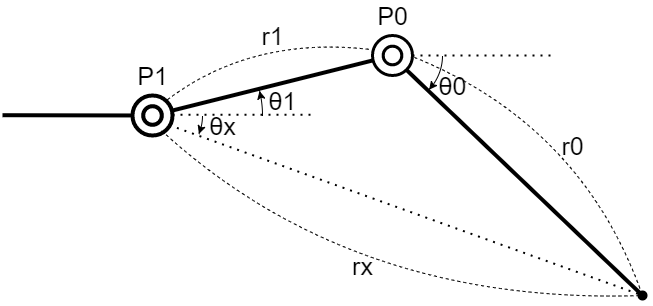
Earlier version of the draw.io export Documents/脚全体図_4.drawio.png (takanezawa0829/robot_contest). Source tidied: cells renumbered, new cells last; positions are measured from the earlier drawing's top-left corner, leaving out a move shared by most shapes. The source it was exported from:
```xml
<mxGraphModel>
  <root>
    <mxCell id="0" />
    <mxCell id="1" parent="0" />
    <mxCell id="2" style="endArrow=none;html=1;entryX=0.843;entryY=0.854;entryDx=0;entryDy=0;entryPerimeter=0;strokeWidth=4;startArrow=oval;startFill=1;" parent="1" edge="1" target="4">
      <mxGeometry relative="1" as="geometry">
        <mxPoint x="640" y="290" as="sourcePoint" />
      </mxGeometry>
    </mxCell>
    <mxCell id="3" style="verticalLabelPosition=bottom;verticalAlign=top;html=1;shape=mxgraph.basic.donut;dx=10.67;fillColor=none;strokeWidth=4;" parent="1" vertex="1">
      <mxGeometry x="130" y="90" width="40" height="40" as="geometry" />
    </mxCell>
    <mxCell id="4" style="verticalLabelPosition=bottom;verticalAlign=top;html=1;shape=mxgraph.basic.donut;dx=10.67;fillColor=none;strokeWidth=3;" parent="1" vertex="1">
      <mxGeometry x="370" y="30" width="40" height="40" as="geometry" />
    </mxCell>
    <mxCell id="5" style="endArrow=none;html=1;strokeWidth=4;" parent="1" edge="1" source="3" target="4">
      <mxGeometry relative="1" as="geometry" />
    </mxCell>
    <mxCell id="6" style="endArrow=none;html=1;strokeWidth=4;" parent="1" edge="1" target="3">
      <mxGeometry relative="1" as="geometry">
        <mxPoint y="109.7" as="sourcePoint" />
      </mxGeometry>
    </mxCell>
    <mxCell id="7" style="endArrow=none;dashed=1;html=1;dashPattern=1 3;strokeWidth=2;" parent="1" edge="1">
      <mxGeometry relative="1" as="geometry">
        <mxPoint x="410" y="49.9" as="sourcePoint" />
        <mxPoint x="550" y="50" as="targetPoint" />
      </mxGeometry>
    </mxCell>
    <mxCell id="8" style="endArrow=none;dashed=1;html=1;dashPattern=1 3;strokeWidth=2;" parent="1" edge="1">
      <mxGeometry relative="1" as="geometry">
        <mxPoint x="170" y="109.2" as="sourcePoint" />
        <mxPoint x="310" y="109.4" as="targetPoint" />
      </mxGeometry>
    </mxCell>
    <mxCell id="9" style="verticalLabelPosition=bottom;verticalAlign=top;html=1;shape=mxgraph.basic.arc;startAngle=0.25159149638245415;endAngle=0.375;" parent="1" vertex="1">
      <mxGeometry x="340" width="100" height="100" as="geometry" />
    </mxCell>
    <mxCell id="10" style="endArrow=classic;html=1;strokeWidth=1;entryX=0.866;entryY=0.842;entryDx=0;entryDy=0;entryPerimeter=0;exitX=0.9;exitY=0.799;exitDx=0;exitDy=0;exitPerimeter=0;" parent="1" edge="1" source="9" target="9">
      <mxGeometry relative="1" as="geometry" />
    </mxCell>
    <mxCell id="11" style="endArrow=none;dashed=1;html=1;dashPattern=1 3;strokeWidth=2;exitX=0.922;exitY=0.742;exitDx=0;exitDy=0;exitPerimeter=0;" parent="1" edge="1" source="3">
      <mxGeometry relative="1" as="geometry">
        <mxPoint x="640" y="290" as="targetPoint" />
      </mxGeometry>
    </mxCell>
    <mxCell id="12" style="verticalLabelPosition=bottom;verticalAlign=top;html=1;shape=mxgraph.basic.arc;startAngle=0.25;endAngle=0.31192674766581696;" parent="1" vertex="1">
      <mxGeometry x="100" y="60" width="100" height="100" as="geometry" />
    </mxCell>
    <mxCell id="13" style="endArrow=classic;html=1;strokeWidth=1;entryX=0.964;entryY=0.684;entryDx=0;entryDy=0;entryPerimeter=0;exitX=0.971;exitY=0.664;exitDx=0;exitDy=0;exitPerimeter=0;" parent="1" edge="1" source="12" target="12">
      <mxGeometry relative="1" as="geometry" />
    </mxCell>
    <mxCell id="14" style="curved=1;endArrow=none;html=1;strokeWidth=1;endFill=0;exitX=0.728;exitY=0.881;exitDx=0;exitDy=0;exitPerimeter=0;dashed=1;" parent="1" edge="1" source="3">
      <mxGeometry relative="1" as="geometry">
        <mxPoint x="640" y="290" as="targetPoint" />
        <Array as="points">
          <mxPoint x="350" y="300" />
        </Array>
      </mxGeometry>
    </mxCell>
    <mxCell id="15" value="&lt;font style=&quot;font-size: 25px&quot;&gt;rx&lt;/font&gt;" style="text;html=1;align=center;verticalAlign=middle;strokeColor=none;fillColor=none;" parent="1" vertex="1">
      <mxGeometry x="340" y="250" width="40" height="20" as="geometry" />
    </mxCell>
    <mxCell id="16" style="curved=1;endArrow=none;html=1;strokeWidth=1;endFill=0;dashed=1;exitX=1.047;exitY=0.547;exitDx=0;exitDy=0;exitPerimeter=0;" parent="1" edge="1" source="4">
      <mxGeometry relative="1" as="geometry">
        <mxPoint x="640" y="290" as="targetPoint" />
        <Array as="points">
          <mxPoint x="580" y="120" />
        </Array>
      </mxGeometry>
    </mxCell>
    <mxCell id="17" style="curved=1;endArrow=none;html=1;strokeWidth=1;endFill=0;dashed=1;entryX=-0.022;entryY=0.353;entryDx=0;entryDy=0;entryPerimeter=0;exitX=0.87;exitY=0.108;exitDx=0;exitDy=0;exitPerimeter=0;" parent="1" edge="1" source="3" target="4">
      <mxGeometry relative="1" as="geometry">
        <Array as="points">
          <mxPoint x="250" y="30" />
        </Array>
      </mxGeometry>
    </mxCell>
    <mxCell id="18" value="&lt;font style=&quot;font-size: 25px&quot;&gt;r0&lt;/font&gt;" style="text;html=1;align=center;verticalAlign=middle;strokeColor=none;fillColor=none;" parent="1" vertex="1">
      <mxGeometry x="550" y="130" width="40" height="20" as="geometry" />
    </mxCell>
    <mxCell id="19" value="&lt;font style=&quot;font-size: 25px&quot;&gt;r1&lt;/font&gt;" style="text;html=1;align=center;verticalAlign=middle;strokeColor=none;fillColor=none;" parent="1" vertex="1">
      <mxGeometry x="250" y="20" width="40" height="20" as="geometry" />
    </mxCell>
    <mxCell id="20" value="&lt;span style=&quot;font-size: 25px&quot;&gt;θ0&lt;/span&gt;" style="text;html=1;align=center;verticalAlign=middle;strokeColor=none;fillColor=none;" parent="1" vertex="1">
      <mxGeometry x="430" y="70" width="40" height="20" as="geometry" />
    </mxCell>
    <mxCell id="21" value="&lt;span style=&quot;font-size: 25px&quot;&gt;θ1&lt;/span&gt;" style="text;html=1;align=center;verticalAlign=middle;strokeColor=none;fillColor=none;" parent="1" vertex="1">
      <mxGeometry x="260" y="85" width="40" height="20" as="geometry" />
    </mxCell>
    <mxCell id="22" value="&lt;span style=&quot;font-size: 25px&quot;&gt;θx&lt;/span&gt;" style="text;html=1;align=center;verticalAlign=middle;strokeColor=none;fillColor=none;" parent="1" vertex="1">
      <mxGeometry x="200" y="110" width="40" height="20" as="geometry" />
    </mxCell>
    <mxCell id="23" value="&lt;span style=&quot;font-size: 25px&quot;&gt;P0&lt;/span&gt;" style="text;html=1;align=center;verticalAlign=middle;strokeColor=none;fillColor=none;" parent="1" vertex="1">
      <mxGeometry x="365" width="50" height="20" as="geometry" />
    </mxCell>
    <mxCell id="24" value="&lt;span style=&quot;font-size: 25px&quot;&gt;P1&lt;/span&gt;" style="text;html=1;align=center;verticalAlign=middle;strokeColor=none;fillColor=none;" parent="1" vertex="1">
      <mxGeometry x="125" y="60" width="50" height="20" as="geometry" />
    </mxCell>
    <mxCell id="25" style="verticalLabelPosition=bottom;verticalAlign=top;html=1;shape=mxgraph.basic.arc;startAngle=0.21101043481131537;endAngle=0.25;" parent="1" vertex="1">
      <mxGeometry x="50" y="5" width="210" height="210" as="geometry" />
    </mxCell>
    <mxCell id="26" style="endArrow=classic;html=1;dashed=1;fontSize=25;strokeWidth=1;entryX=0.986;entryY=0.383;entryDx=0;entryDy=0;entryPerimeter=0;exitX=0.991;exitY=0.406;exitDx=0;exitDy=0;exitPerimeter=0;" parent="1" edge="1" source="25" target="25">
      <mxGeometry relative="1" as="geometry" />
    </mxCell>
  </root>
</mxGraphModel>
```
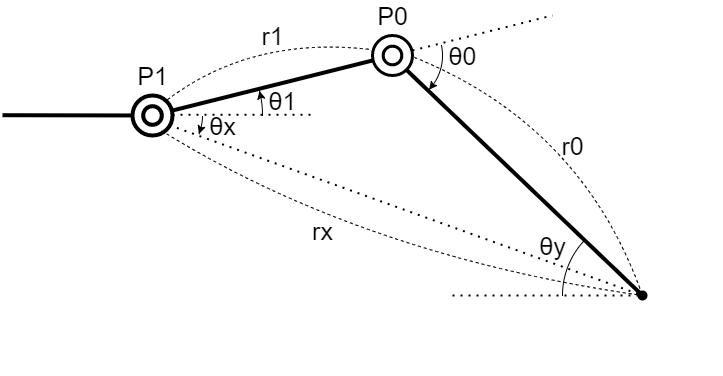
After the commit.

Diff of the diagram source:
```diff
@@ -23,8 +23,8 @@
     </mxCell>
     <mxCell id="7" style="endArrow=none;dashed=1;html=1;dashPattern=1 3;strokeWidth=2;" parent="1" edge="1">
       <mxGeometry relative="1" as="geometry">
-        <mxPoint x="410" y="49.9" as="sourcePoint" />
-        <mxPoint x="550" y="50" as="targetPoint" />
+        <mxPoint x="410" y="44.9" as="sourcePoint" />
+        <mxPoint x="550" y="10" as="targetPoint" />
       </mxGeometry>
     </mxCell>
     <mxCell id="8" style="endArrow=none;dashed=1;html=1;dashPattern=1 3;strokeWidth=2;" parent="1" edge="1">
@@ -33,7 +33,7 @@
         <mxPoint x="310" y="109.4" as="targetPoint" />
       </mxGeometry>
     </mxCell>
-    <mxCell id="9" style="verticalLabelPosition=bottom;verticalAlign=top;html=1;shape=mxgraph.basic.arc;startAngle=0.25159149638245415;endAngle=0.375;" parent="1" vertex="1">
+    <mxCell id="9" style="verticalLabelPosition=bottom;verticalAlign=top;html=1;shape=mxgraph.basic.arc;startAngle=0.21553494853499797;endAngle=0.375;" parent="1" vertex="1">
       <mxGeometry x="340" width="100" height="100" as="geometry" />
     </mxCell>
     <mxCell id="10" style="endArrow=classic;html=1;strokeWidth=1;entryX=0.866;entryY=0.842;entryDx=0;entryDy=0;entryPerimeter=0;exitX=0.9;exitY=0.799;exitDx=0;exitDy=0;exitPerimeter=0;" parent="1" edge="1" source="9" target="9">
@@ -54,12 +54,12 @@
       <mxGeometry relative="1" as="geometry">
         <mxPoint x="640" y="290" as="targetPoint" />
         <Array as="points">
-          <mxPoint x="350" y="300" />
+          <mxPoint x="360" y="250" />
         </Array>
       </mxGeometry>
     </mxCell>
     <mxCell id="15" value="&lt;font style=&quot;font-size: 25px&quot;&gt;rx&lt;/font&gt;" style="text;html=1;align=center;verticalAlign=middle;strokeColor=none;fillColor=none;" parent="1" vertex="1">
-      <mxGeometry x="340" y="250" width="40" height="20" as="geometry" />
+      <mxGeometry x="300" y="215" width="40" height="20" as="geometry" />
     </mxCell>
     <mxCell id="16" style="curved=1;endArrow=none;html=1;strokeWidth=1;endFill=0;dashed=1;exitX=1.047;exitY=0.547;exitDx=0;exitDy=0;exitPerimeter=0;" parent="1" edge="1" source="4">
       <mxGeometry relative="1" as="geometry">
@@ -83,7 +83,7 @@
       <mxGeometry x="250" y="20" width="40" height="20" as="geometry" />
     </mxCell>
     <mxCell id="20" value="&lt;span style=&quot;font-size: 25px&quot;&gt;θ0&lt;/span&gt;" style="text;html=1;align=center;verticalAlign=middle;strokeColor=none;fillColor=none;" parent="1" vertex="1">
-      <mxGeometry x="430" y="70" width="40" height="20" as="geometry" />
+      <mxGeometry x="440" y="40" width="40" height="20" as="geometry" />
     </mxCell>
     <mxCell id="21" value="&lt;span style=&quot;font-size: 25px&quot;&gt;θ1&lt;/span&gt;" style="text;html=1;align=center;verticalAlign=middle;strokeColor=none;fillColor=none;" parent="1" vertex="1">
       <mxGeometry x="260" y="85" width="40" height="20" as="geometry" />
@@ -103,5 +103,17 @@
     <mxCell id="26" style="endArrow=classic;html=1;dashed=1;fontSize=25;strokeWidth=1;entryX=0.986;entryY=0.383;entryDx=0;entryDy=0;entryPerimeter=0;exitX=0.991;exitY=0.406;exitDx=0;exitDy=0;exitPerimeter=0;" parent="1" edge="1" source="25" target="25">
       <mxGeometry relative="1" as="geometry" />
     </mxCell>
+    <mxCell id="27" style="endArrow=none;dashed=1;html=1;dashPattern=1 3;strokeWidth=2;" parent="1" edge="1">
+      <mxGeometry relative="1" as="geometry">
+        <mxPoint x="450" y="290" as="sourcePoint" />
+        <mxPoint x="640" y="290.1" as="targetPoint" />
+      </mxGeometry>
+    </mxCell>
+    <mxCell id="28" style="verticalLabelPosition=bottom;verticalAlign=top;html=1;shape=mxgraph.basic.arc;startAngle=0.7484085036175459;endAngle=0.8711189415908434;" parent="1" vertex="1">
+      <mxGeometry x="560" y="210" width="160" height="160" as="geometry" />
+    </mxCell>
+    <mxCell id="29" value="&lt;span style=&quot;font-size: 25px&quot;&gt;θy&lt;/span&gt;" style="text;html=1;align=center;verticalAlign=middle;strokeColor=none;fillColor=none;" parent="1" vertex="1">
+      <mxGeometry x="530" y="230" width="40" height="20" as="geometry" />
+    </mxCell>
   </root>
 </mxGraphModel>
```
